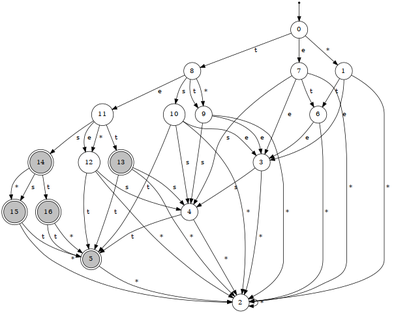
Above: graphs/poc_lev.png in lucasll37/CTC-34 (Graphviz), before the change. Its source is kept beside it as graphs/graphViz/poc_lev.dot.
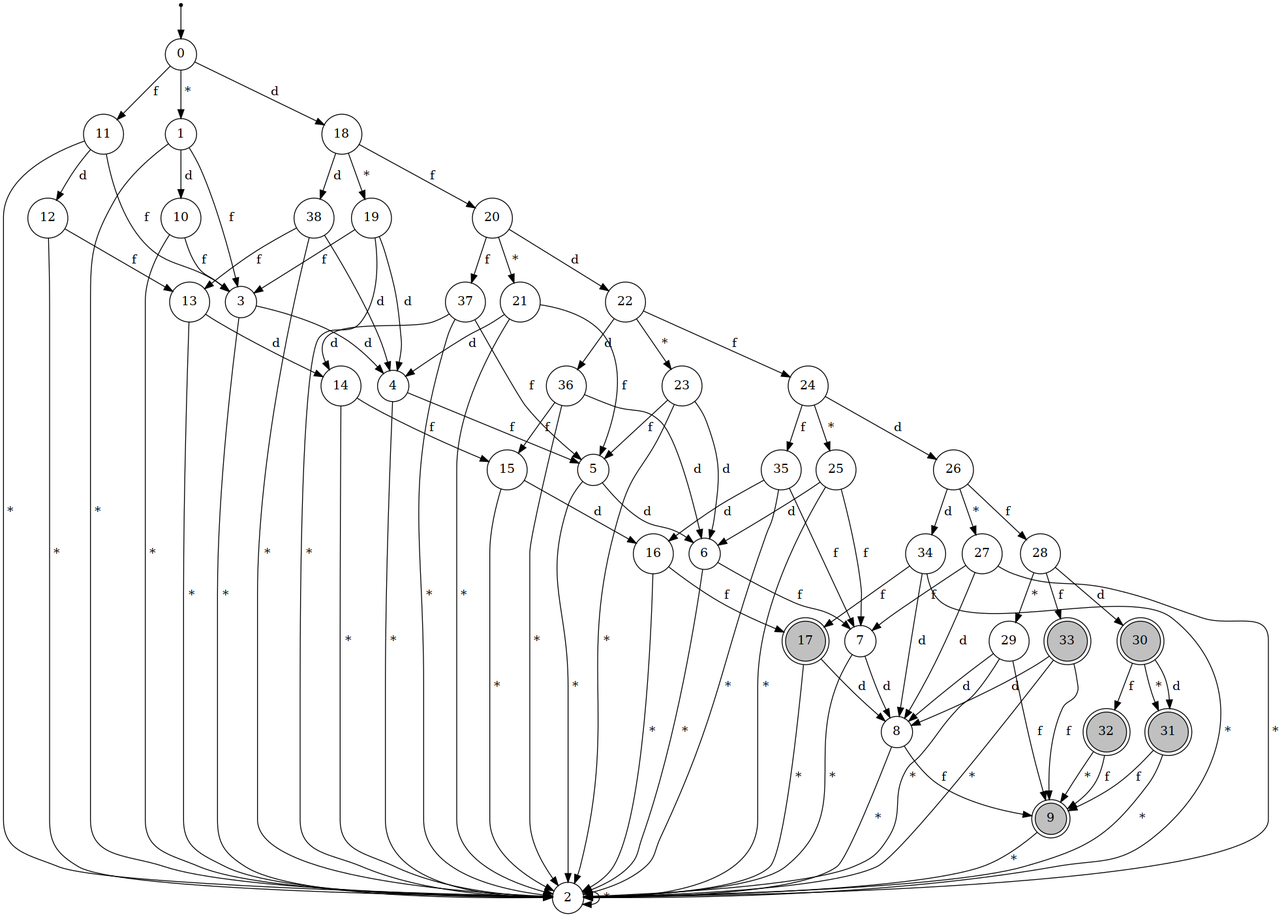
The same file after the commit.

The edit, as a diff of the source:
```diff
@@ -1,12 +1,12 @@
 digraph G {
 	rankdir=TB;
-	size="8,5"
 	node [shape = doublecircle];
-	5 [style=filled fillcolor=gray];
-	13 [style=filled fillcolor=gray];
-	14 [style=filled fillcolor=gray];
-	15 [style=filled fillcolor=gray];
-	16 [style=filled fillcolor=gray];
+	9 [style=filled fillcolor=gray];
+	17 [style=filled fillcolor=gray];
+	30 [style=filled fillcolor=gray];
+	31 [style=filled fillcolor=gray];
+	32 [style=filled fillcolor=gray];
+	33 [style=filled fillcolor=gray];
 	node [shape = circle];
 ini [shape=point];
 ini -> 0;
@@ -15,45 +15,97 @@
 	3 -> 2 [label=" * "];
 	4 -> 2 [label=" * "];
 	5 -> 2 [label=" * "];
-	4 -> 5 [label=" t "];
-	3 -> 4 [label=" s "];
-	1 -> 3 [label=" e "];
 	6 -> 2 [label=" * "];
-	6 -> 3 [label=" e "];
-	1 -> 6 [label=" t "];
+	7 -> 2 [label=" * "];
+	8 -> 2 [label=" * "];
+	9 -> 2 [label=" * "];
+	8 -> 9 [label=" f "];
+	7 -> 8 [label=" d "];
+	6 -> 7 [label=" f "];
+	5 -> 6 [label=" d "];
+	4 -> 5 [label=" f "];
+	3 -> 4 [label=" d "];
+	1 -> 3 [label=" f "];
+	10 -> 2 [label=" * "];
+	10 -> 3 [label=" f "];
+	1 -> 10 [label=" d "];
 	0 -> 1 [label=" * "];
-	7 -> 2 [label=" * "];
-	7 -> 4 [label=" s "];
-	7 -> 3 [label=" e "];
-	7 -> 6 [label=" t "];
-	0 -> 7 [label=" e "];
-	9 -> 2 [label=" * "];
-	9 -> 4 [label=" s "];
-	9 -> 3 [label=" e "];
-	8 -> 9 [label=" * "];
-	10 -> 2 [label=" * "];
-	10 -> 5 [label=" t "];
-	10 -> 4 [label=" s "];
-	10 -> 3 [label=" e "];
-	8 -> 10 [label=" s "];
+	11 -> 2 [label=" * "];
+	11 -> 3 [label=" f "];
 	12 -> 2 [label=" * "];
-	12 -> 5 [label=" t "];
-	12 -> 4 [label=" s "];
-	11 -> 12 [label=" * "];
 	13 -> 2 [label=" * "];
-	13 -> 5 [label=" t "];
-	13 -> 4 [label=" s "];
-	11 -> 13 [label=" t "];
+	14 -> 2 [label=" * "];
 	15 -> 2 [label=" * "];
-	15 -> 5 [label=" t "];
-	14 -> 15 [label=" * "];
-	16 -> 5 [label=" * "];
-	16 -> 5 [label=" t "];
-	14 -> 16 [label=" t "];
-	14 -> 15 [label=" s "];
-	11 -> 14 [label=" s "];
-	11 -> 12 [label=" e "];
-	8 -> 11 [label=" e "];
-	8 -> 9 [label=" t "];
-	0 -> 8 [label=" t "];
+	16 -> 2 [label=" * "];
+	17 -> 2 [label=" * "];
+	17 -> 8 [label=" d "];
+	16 -> 17 [label=" f "];
+	15 -> 16 [label=" d "];
+	14 -> 15 [label=" f "];
+	13 -> 14 [label=" d "];
+	12 -> 13 [label=" f "];
+	11 -> 12 [label=" d "];
+	0 -> 11 [label=" f "];
+	19 -> 2 [label=" * "];
+	19 -> 4 [label=" d "];
+	19 -> 3 [label=" f "];
+	18 -> 19 [label=" * "];
+	21 -> 2 [label=" * "];
+	21 -> 5 [label=" f "];
+	21 -> 4 [label=" d "];
+	20 -> 21 [label=" * "];
+	23 -> 2 [label=" * "];
+	23 -> 6 [label=" d "];
+	23 -> 5 [label=" f "];
+	22 -> 23 [label=" * "];
+	25 -> 2 [label=" * "];
+	25 -> 7 [label=" f "];
+	25 -> 6 [label=" d "];
+	24 -> 25 [label=" * "];
+	27 -> 2 [label=" * "];
+	27 -> 8 [label=" d "];
+	27 -> 7 [label=" f "];
+	26 -> 27 [label=" * "];
+	29 -> 2 [label=" * "];
+	29 -> 9 [label=" f "];
+	29 -> 8 [label=" d "];
+	28 -> 29 [label=" * "];
+	31 -> 2 [label=" * "];
+	31 -> 9 [label=" f "];
+	30 -> 31 [label=" * "];
+	32 -> 9 [label=" * "];
+	32 -> 9 [label=" f "];
+	30 -> 32 [label=" f "];
+	30 -> 31 [label=" d "];
+	28 -> 30 [label=" d "];
+	33 -> 2 [label=" * "];
+	33 -> 9 [label=" f "];
+	33 -> 8 [label=" d "];
+	28 -> 33 [label=" f "];
+	26 -> 28 [label=" f "];
+	34 -> 2 [label=" * "];
+	34 -> 8 [label=" d "];
+	34 -> 17 [label=" f "];
+	26 -> 34 [label=" d "];
+	24 -> 26 [label=" d "];
+	35 -> 2 [label=" * "];
+	35 -> 7 [label=" f "];
+	35 -> 16 [label=" d "];
+	24 -> 35 [label=" f "];
+	22 -> 24 [label=" f "];
+	36 -> 2 [label=" * "];
+	36 -> 6 [label=" d "];
+	36 -> 15 [label=" f "];
+	22 -> 36 [label=" d "];
+	20 -> 22 [label=" d "];
+	37 -> 2 [label=" * "];
+	37 -> 5 [label=" f "];
+	37 -> 14 [label=" d "];
+	20 -> 37 [label=" f "];
+	18 -> 20 [label=" f "];
+	38 -> 2 [label=" * "];
+	38 -> 4 [label=" d "];
+	38 -> 13 [label=" f "];
+	18 -> 38 [label=" d "];
+	0 -> 18 [label=" d "];
 }
```
